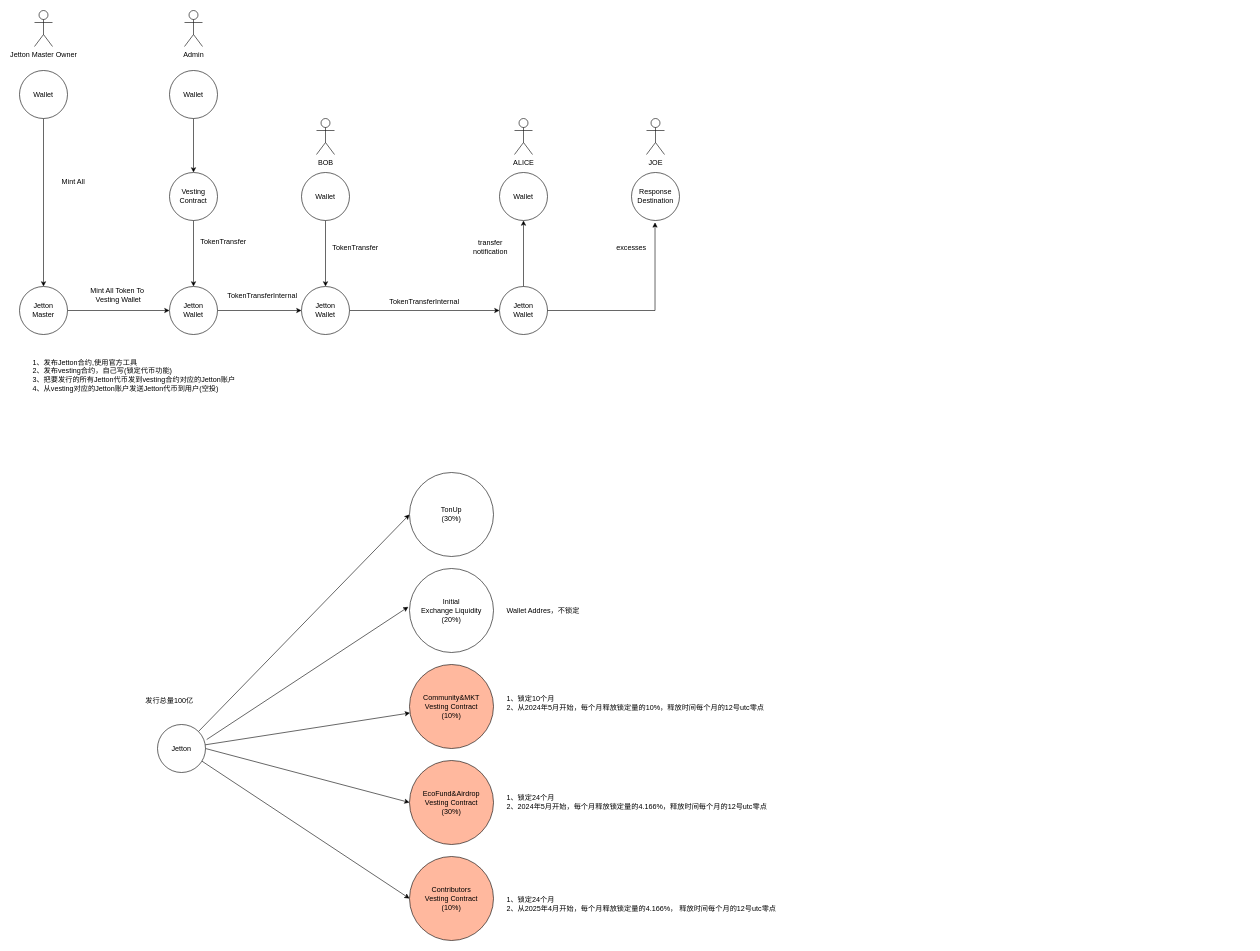
Above: page "Ton" (8 of 8) of 以太坊数据结构.drawio in jxu86/project-uml (draw.io), before the change. Source tidied: cells renumbered, new cells numbered last; positions are measured from the earlier drawing's top-left corner, leaving out a move shared by most shapes. Both pictures are drawn from the tidied source at 60%, with x=0, y=0 at pixel (19, 10).
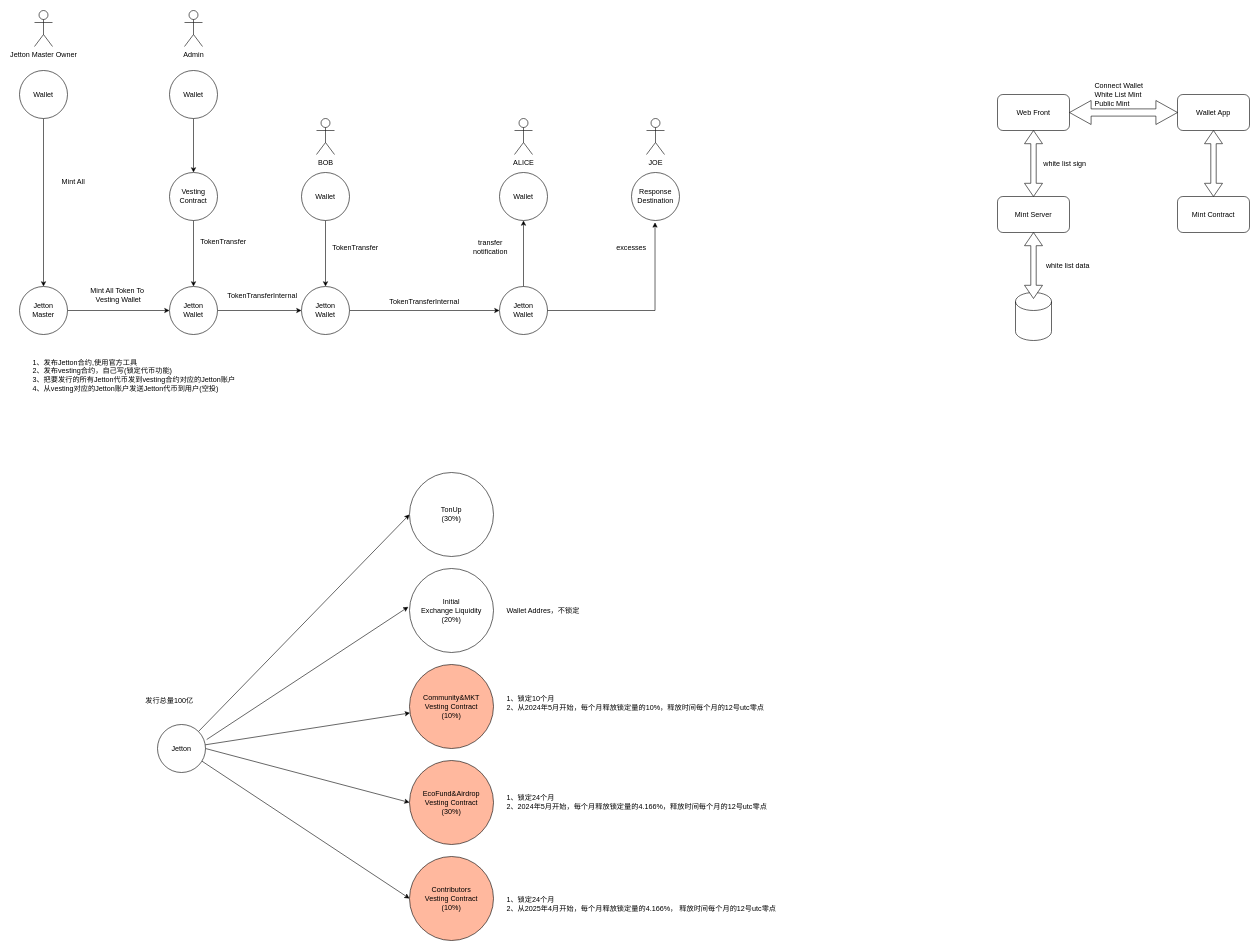
The same diagram, later.

Commit message:
Update 以太坊数据结构.drawio

Diff of the diagram source:
```diff
@@
+    <mxCell id="51" value="Mint Contract" style="rounded=1;whiteSpace=wrap;html=1;" parent="1" vertex="1">
+      <mxGeometry x="1930" y="310" width="120" height="60" as="geometry" />
+    </mxCell>
+    <mxCell id="52" value="Web Front" style="rounded=1;whiteSpace=wrap;html=1;" parent="1" vertex="1">
+      <mxGeometry x="1630" y="140" width="120" height="60" as="geometry" />
+    </mxCell>
+    <mxCell id="53" value="Wallet App" style="rounded=1;whiteSpace=wrap;html=1;" parent="1" vertex="1">
+      <mxGeometry x="1930" y="140" width="120" height="60" as="geometry" />
+    </mxCell>
+    <mxCell id="54" value="Mint Server" style="rounded=1;whiteSpace=wrap;html=1;" parent="1" vertex="1">
+      <mxGeometry x="1630" y="310" width="120" height="60" as="geometry" />
+    </mxCell>
+    <mxCell id="55" style="shape=doubleArrow;whiteSpace=wrap;html=1;" parent="1" vertex="1">
+      <mxGeometry x="1750" y="150" width="180" height="40" as="geometry" />
+    </mxCell>
+    <mxCell id="56" style="shape=doubleArrow;direction=south;whiteSpace=wrap;html=1;" parent="1" vertex="1">
+      <mxGeometry x="1975" y="200" width="30" height="110" as="geometry" />
+    </mxCell>
+    <mxCell id="57" style="shape=doubleArrow;direction=south;whiteSpace=wrap;html=1;" parent="1" vertex="1">
+      <mxGeometry x="1675" y="200" width="30" height="110" as="geometry" />
+    </mxCell>
+    <mxCell id="58" value="white list sign" style="text;html=1;align=center;verticalAlign=middle;whiteSpace=wrap;rounded=0;" parent="1" vertex="1">
+      <mxGeometry x="1700" y="240" width="85" height="30" as="geometry" />
+    </mxCell>
+    <mxCell id="59" value="Connect Wallet&lt;div&gt;White List Mint&lt;/div&gt;&lt;div&gt;Public Mint&lt;/div&gt;" style="text;html=1;align=left;verticalAlign=middle;whiteSpace=wrap;rounded=0;" parent="1" vertex="1">
+      <mxGeometry x="1790" y="115" width="100" height="50" as="geometry" />
+    </mxCell>
+    <mxCell id="60" style="shape=cylinder3;whiteSpace=wrap;html=1;boundedLbl=1;backgroundOutline=1;size=15;" parent="1" vertex="1">
+      <mxGeometry x="1660" y="470" width="60" height="80" as="geometry" />
+    </mxCell>
+    <mxCell id="61" style="shape=doubleArrow;direction=south;whiteSpace=wrap;html=1;" parent="1" vertex="1">
+      <mxGeometry x="1675" y="370" width="30" height="110" as="geometry" />
+    </mxCell>
+    <mxCell id="62" value="white list data" style="text;html=1;align=center;verticalAlign=middle;whiteSpace=wrap;rounded=0;" parent="1" vertex="1">
+      <mxGeometry x="1705" y="410" width="85" height="30" as="geometry" />
+    </mxCell>
```
